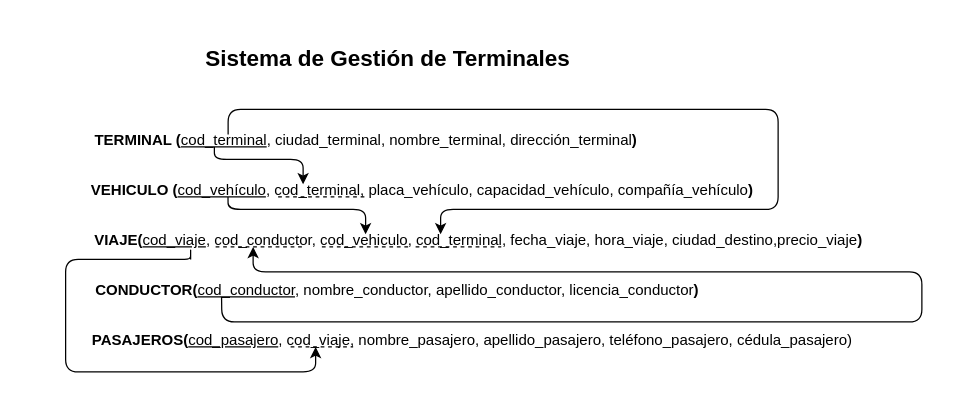
Earlier version of the draw.io diagram grafo.drawio (Vladimirjon/Proyecto_BDD). Source tidied: cells renumbered, new cells numbered last; positions are measured from the earlier drawing's top-left corner, leaving out a move shared by most shapes. Both pictures are drawn from the tidied source at 125%, with x=0, y=0 at pixel (65, 21).
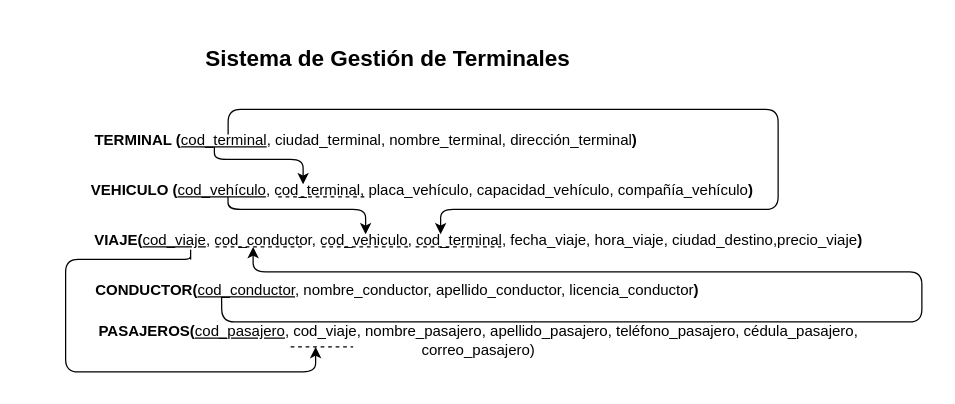
Above is the later version.

Commit message (it also covers changes not shown here):
added correo pasajero atributo

What changed in the source:
```diff
@@
-    <mxCell id="6" value="&lt;b&gt;PASAJEROS(&lt;/b&gt;&lt;u&gt;cod_pasajero&lt;/u&gt;, cod_viaje, nombre_pasajero, apellido&lt;span style=&quot;color: rgb(0, 0, 0);&quot;&gt;_pasajero,&amp;nbsp;&lt;/span&gt;&lt;span style=&quot;color: rgb(0, 0, 0); text-wrap-mode: wrap;&quot;&gt;teléfono_pasajero,&amp;nbsp;&lt;/span&gt;&lt;span style=&quot;color: rgb(0, 0, 0); text-wrap-mode: wrap;&quot;&gt;cédula_pasajero&lt;/span&gt;)" style="text;html=1;align=center;verticalAlign=middle;strokeColor=none;fillColor=none;" parent="1" vertex="1">
-      <mxGeometry x="10" y="240" width="630" height="30" as="geometry" />
+    <mxCell id="6" value="&lt;b&gt;PASAJEROS(&lt;/b&gt;&lt;u&gt;cod_pasajero&lt;/u&gt;, cod_viaje, nombre_pasajero, apellido&lt;span style=&quot;color: rgb(0, 0, 0);&quot;&gt;_pasajero,&amp;nbsp;&lt;/span&gt;&lt;span style=&quot;color: rgb(0, 0, 0); text-wrap-mode: wrap;&quot;&gt;teléfono_pasajero,&amp;nbsp;&lt;/span&gt;&lt;span style=&quot;color: rgb(0, 0, 0); text-wrap-mode: wrap;&quot;&gt;cédula_pasajero, correo_pasajero&lt;/span&gt;)" style="text;html=1;align=center;verticalAlign=middle;strokeColor=none;fillColor=none;" parent="1" vertex="1">
+      <mxGeometry x="-35" y="240" width="730" height="30" as="geometry" />
     </mxCell>
```
